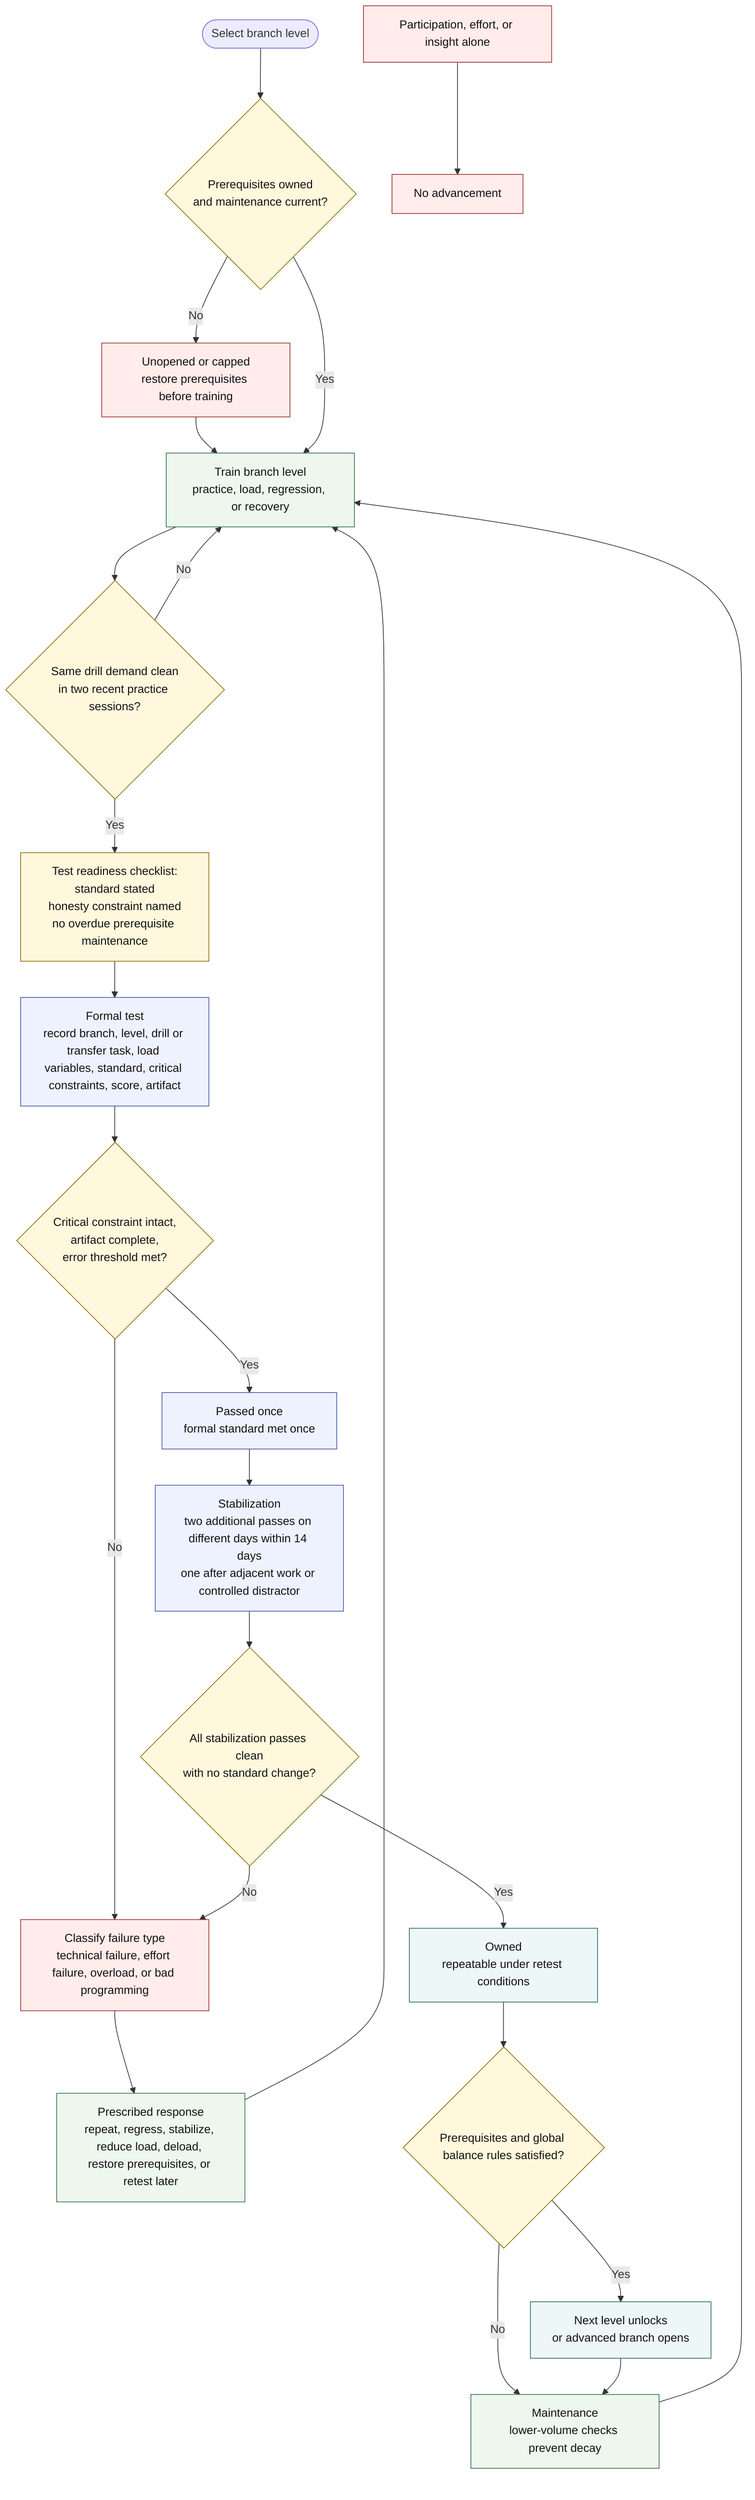
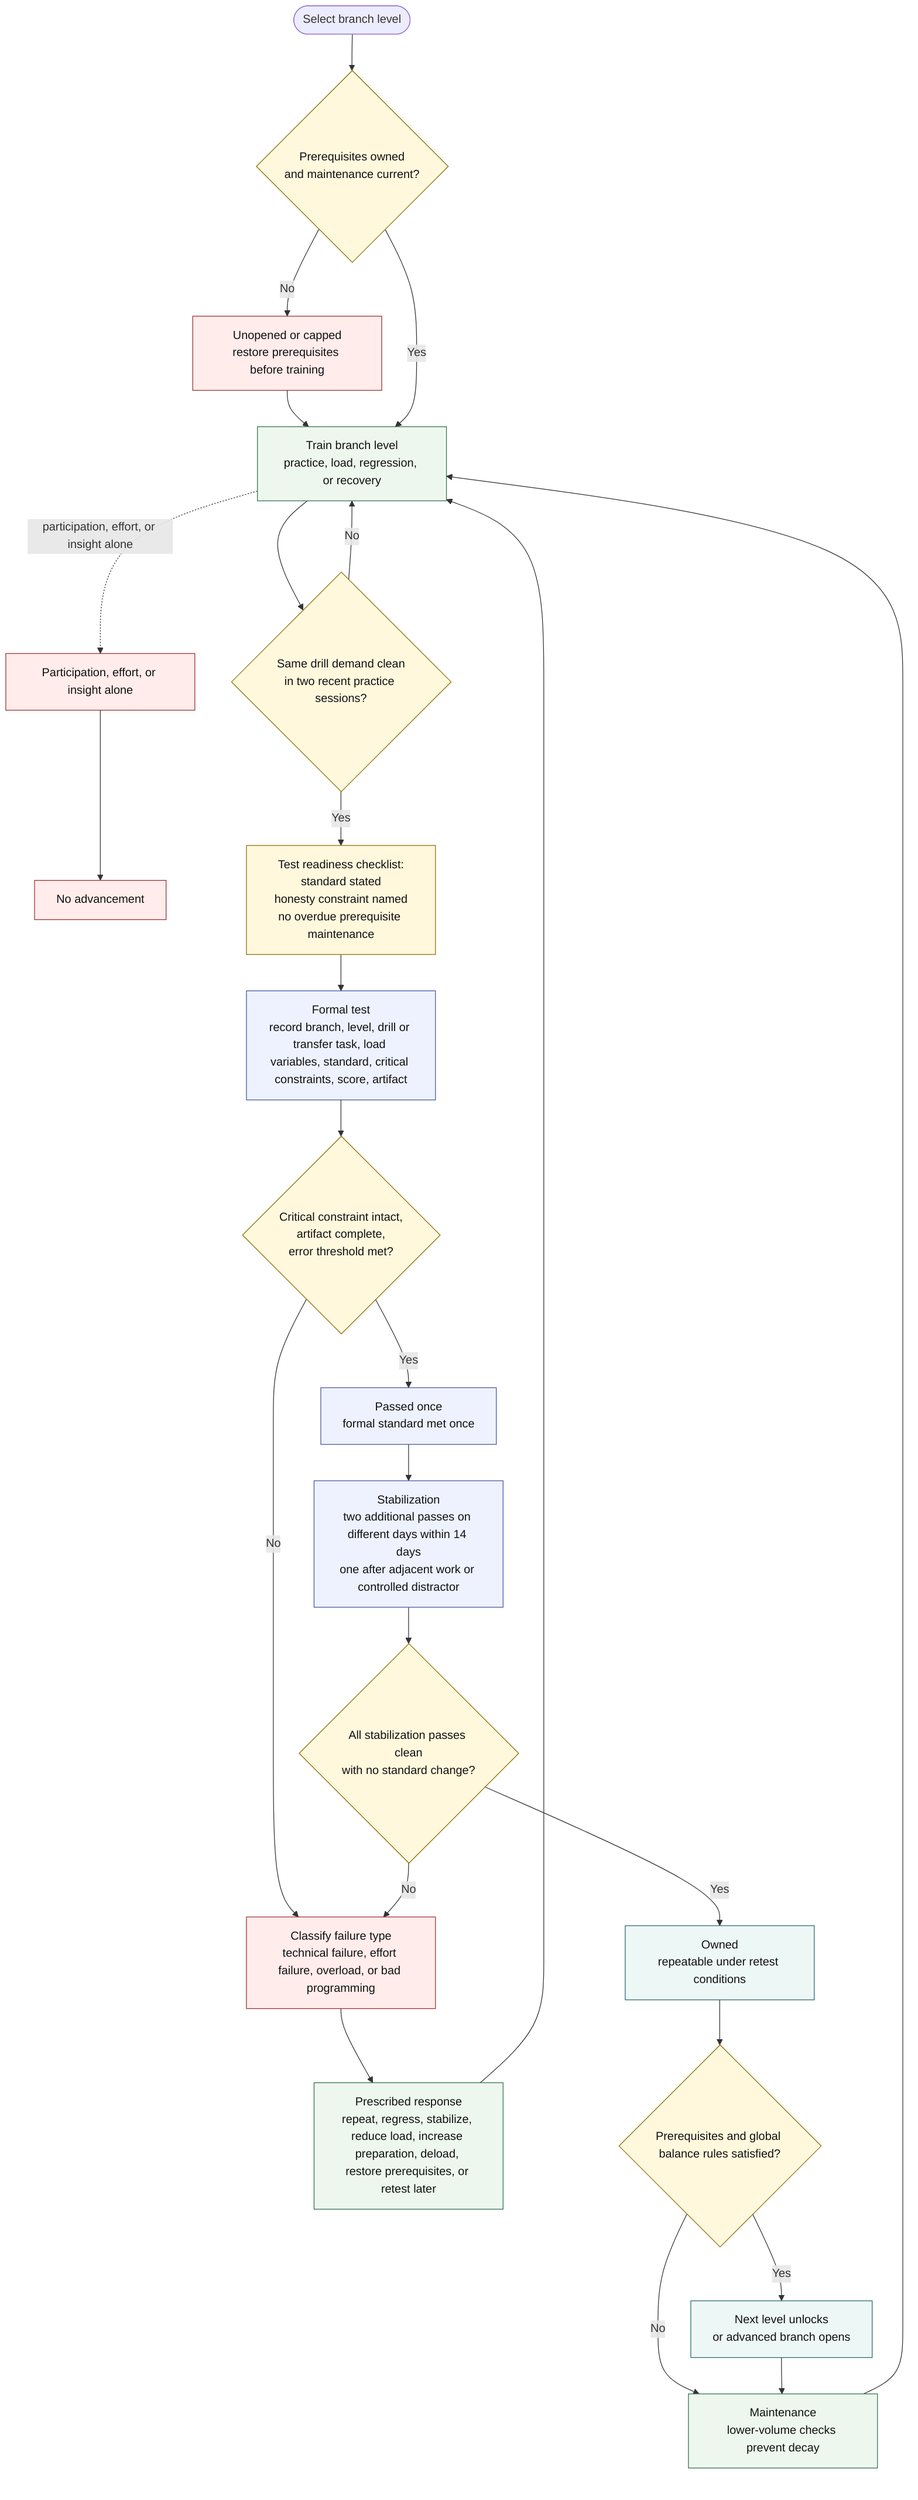
%% Advancement workflow activity diagram.
%% Clarifies how training becomes test readiness, then pass once, stabilization, ownership, and unlock.
flowchart TD
  classDef gate fill:#fff8dd,stroke:#8a6d00,color:#111
  classDef work fill:#eef7ee,stroke:#2f6f4e,color:#111
  classDef test fill:#eef2ff,stroke:#4354a3,color:#111
  classDef fail fill:#ffeceb,stroke:#9b2c2c,color:#111
  classDef owned fill:#edf7f6,stroke:#26676b,color:#111

  Start([Select branch level])
  Prereq{"Prerequisites owned<br/>and maintenance current?"}:::gate
  Locked["Unopened or capped<br/>restore prerequisites before training"]:::fail
  Train["Train branch level<br/>practice, load, regression, or recovery"]:::work
  Participation["Participation, effort, or insight alone"]:::fail
  NoAdv["No advancement"]:::fail
  CleanTwice{"Same drill demand clean<br/>in two recent practice sessions?"}:::gate
  Readiness["Test readiness checklist:<br/>standard stated<br/>honesty constraint named<br/>no overdue prerequisite maintenance"]:::gate
  Formal["Formal test<br/>record branch, level, drill or transfer task, load variables, standard, critical constraints, score, artifact"]:::test
  PassingQuality{"Critical constraint intact,<br/>artifact complete,<br/>error threshold met?"}:::gate
  Classify["Classify failure type<br/>technical failure, effort failure, overload, or bad programming"]:::fail
-   Response["Prescribed response<br/>repeat, regress, stabilize, reduce load, deload, restore prerequisites, or retest later"]:::work
+   Response["Prescribed response<br/>repeat, regress, stabilize, reduce load, increase preparation, deload, restore prerequisites, or retest later"]:::work
  PassedOnce["Passed once<br/>formal standard met once"]:::test
  Stabilize["Stabilization<br/>two additional passes on different days within 14 days<br/>one after adjacent work or controlled distractor"]:::test
  Stable{"All stabilization passes clean<br/>with no standard change?"}:::gate
  Owned["Owned<br/>repeatable under retest conditions"]:::owned
  Balance{"Prerequisites and global balance rules satisfied?"}:::gate
  Unlock["Next level unlocks<br/>or advanced branch opens"]:::owned
  Maintain["Maintenance<br/>lower-volume checks prevent decay"]:::work

  Start --> Prereq
  Prereq -->|No| Locked
  Locked --> Train
  Prereq -->|Yes| Train
+   Train -. participation, effort, or insight alone .-> Participation
  Participation --> NoAdv
  Train --> CleanTwice
  CleanTwice -->|No| Train
  CleanTwice -->|Yes| Readiness
  Readiness --> Formal
  Formal --> PassingQuality
  PassingQuality -->|No| Classify
  Classify --> Response
  Response --> Train
  PassingQuality -->|Yes| PassedOnce
  PassedOnce --> Stabilize
  Stabilize --> Stable
  Stable -->|No| Classify
  Stable -->|Yes| Owned
  Owned --> Balance
  Balance -->|Yes| Unlock
  Balance -->|No| Maintain
  Unlock --> Maintain
  Maintain --> Train
